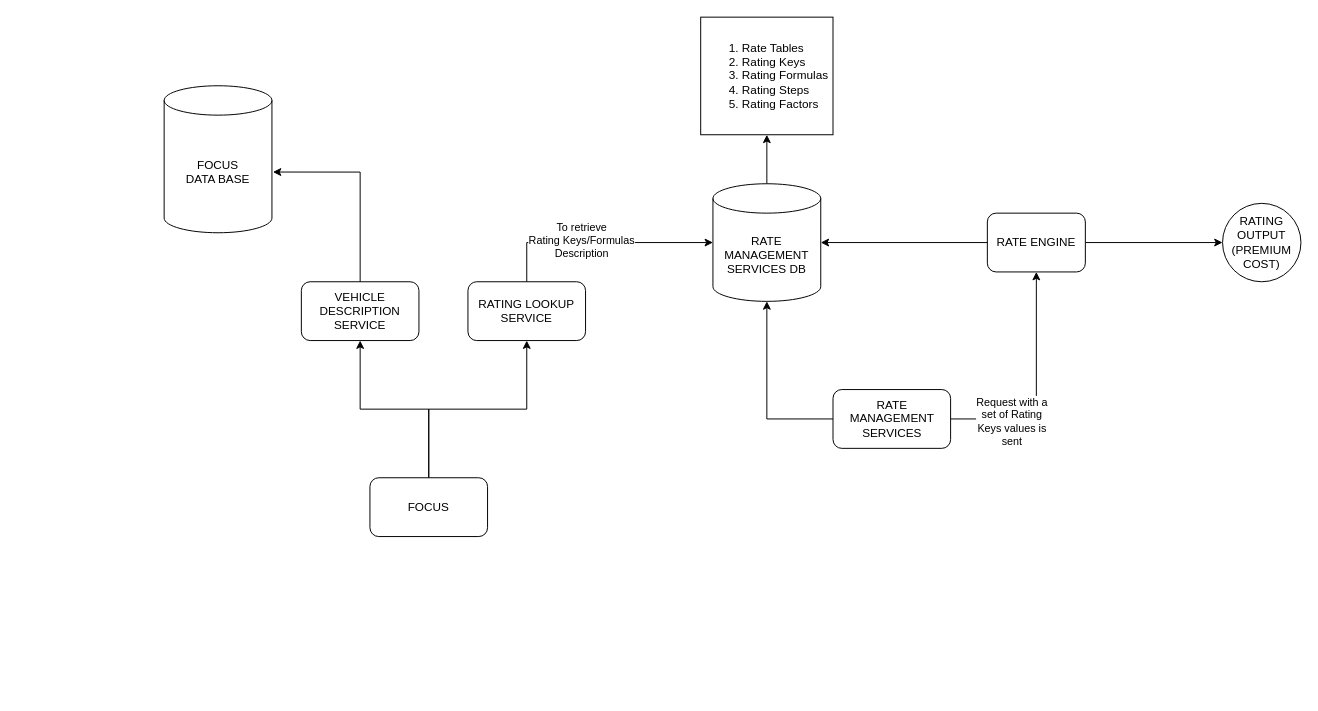
Before: Untitled Diagram.drawio in Alan-Mejia-Mtz/hello-world, a draw.io diagram. Source tidied: cells renumbered, new cells numbered last; positions are measured from the earlier drawing's top-left corner, leaving out a move shared by most shapes. Both pictures are drawn from the tidied source at 98%, with x=0, y=0 at pixel (164, 17).
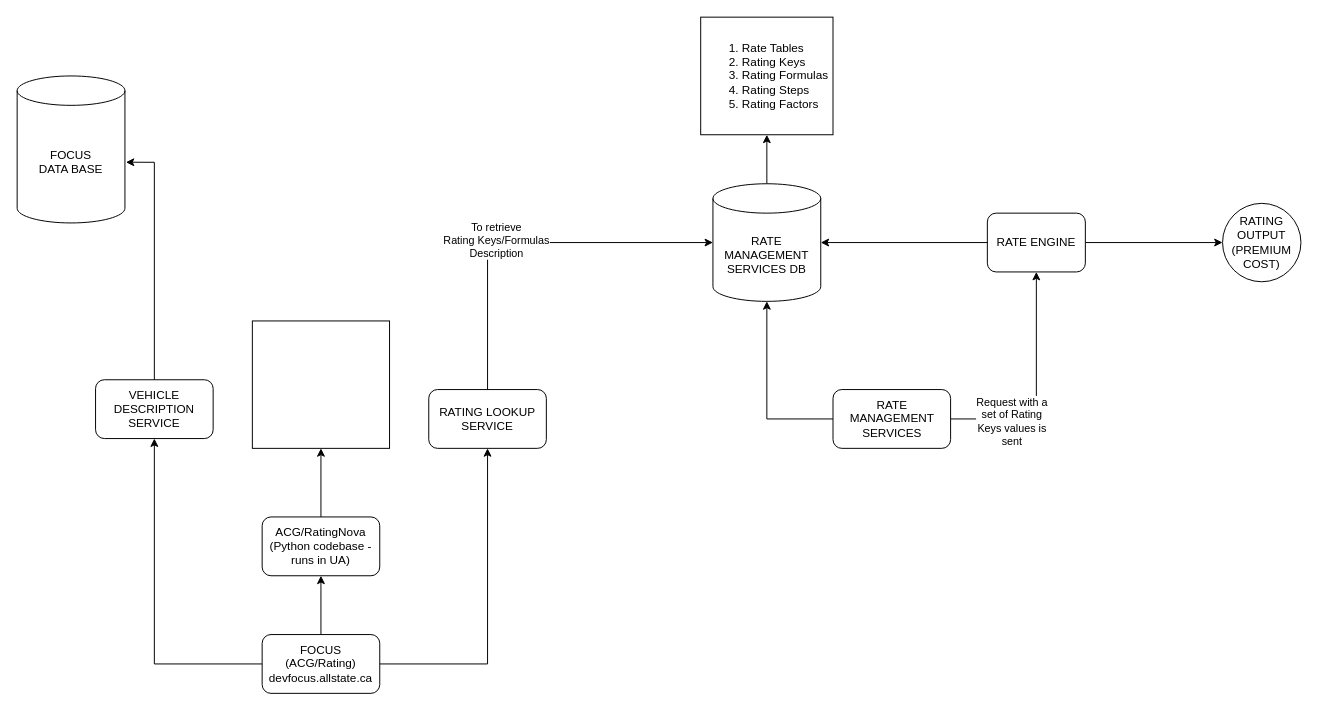
The same page after the edit.

Diff of the diagram source:
```diff
@@
-    <mxCell id="12" style="edgeStyle=orthogonalEdgeStyle;rounded=0;jettySize=auto;html=1;" parent="1" edge="1" source="13" target="17">
+    <mxCell id="12" style="edgeStyle=orthogonalEdgeStyle;rounded=0;jettySize=auto;html=1;exitX=1;exitY=0.5;exitDx=0;exitDy=0;" parent="1" edge="1" source="13" target="17">
       <mxGeometry relative="1" as="geometry" />
     </mxCell>
+    <mxCell id="22" style="edgeStyle=orthogonalEdgeStyle;rounded=0;jettySize=auto;html=1;" parent="1" edge="1" source="13" target="24">
+      <mxGeometry relative="1" as="geometry" />
+    </mxCell>
-    <mxCell id="13" value="FOCUS" style="rounded=1;whiteSpace=wrap;html=1;" parent="1" vertex="1">
-      <mxGeometry x="210" y="470" width="120" height="60" as="geometry" />
+    <mxCell id="13" value="FOCUS&lt;br&gt;(ACG/Rating)&lt;br&gt;devfocus.allstate.ca" style="rounded=1;whiteSpace=wrap;html=1;" parent="1" vertex="1">
+      <mxGeometry x="100" y="630" width="120" height="60" as="geometry" />
     </mxCell>
@@
     <mxCell id="16" value="VEHICLE DESCRIPTION SERVICE" style="whiteSpace=wrap;html=1;rounded=1;" parent="1" vertex="1">
-      <mxGeometry x="140" y="270" width="120" height="60" as="geometry" />
+      <mxGeometry x="-70" y="370" width="120" height="60" as="geometry" />
     </mxCell>
     <mxCell id="17" value="RATING LOOKUP SERVICE" style="rounded=1;whiteSpace=wrap;html=1;" parent="1" vertex="1">
-      <mxGeometry x="310" y="270" width="120" height="60" as="geometry" />
+      <mxGeometry x="270" y="380" width="120" height="60" as="geometry" />
     </mxCell>
@@
     <mxCell id="20" value="FOCUS&lt;br&gt;DATA BASE" style="shape=cylinder3;whiteSpace=wrap;html=1;boundedLbl=1;backgroundOutline=1;size=15;" parent="1" vertex="1">
-      <mxGeometry y="70" width="110" height="150" as="geometry" />
+      <mxGeometry x="-150" y="60" width="110" height="150" as="geometry" />
     </mxCell>
@@
+    <mxCell id="23" style="edgeStyle=orthogonalEdgeStyle;rounded=0;jettySize=auto;html=1;exitX=0.5;exitY=0;exitDx=0;exitDy=0;entryX=0.5;entryY=1;entryDx=0;entryDy=0;" parent="1" edge="1" source="24" target="25">
+      <mxGeometry relative="1" as="geometry" />
+    </mxCell>
+    <mxCell id="24" value="ACG/RatingNova&lt;br&gt;(Python codebase - runs in UA)" style="whiteSpace=wrap;html=1;rounded=1;" parent="1" vertex="1">
+      <mxGeometry x="100" y="510" width="120" height="60" as="geometry" />
+    </mxCell>
+    <mxCell id="25" style="rounded=0;whiteSpace=wrap;html=1;" parent="1" vertex="1">
+      <mxGeometry x="90" y="310" width="140" height="130" as="geometry" />
+    </mxCell>
```
